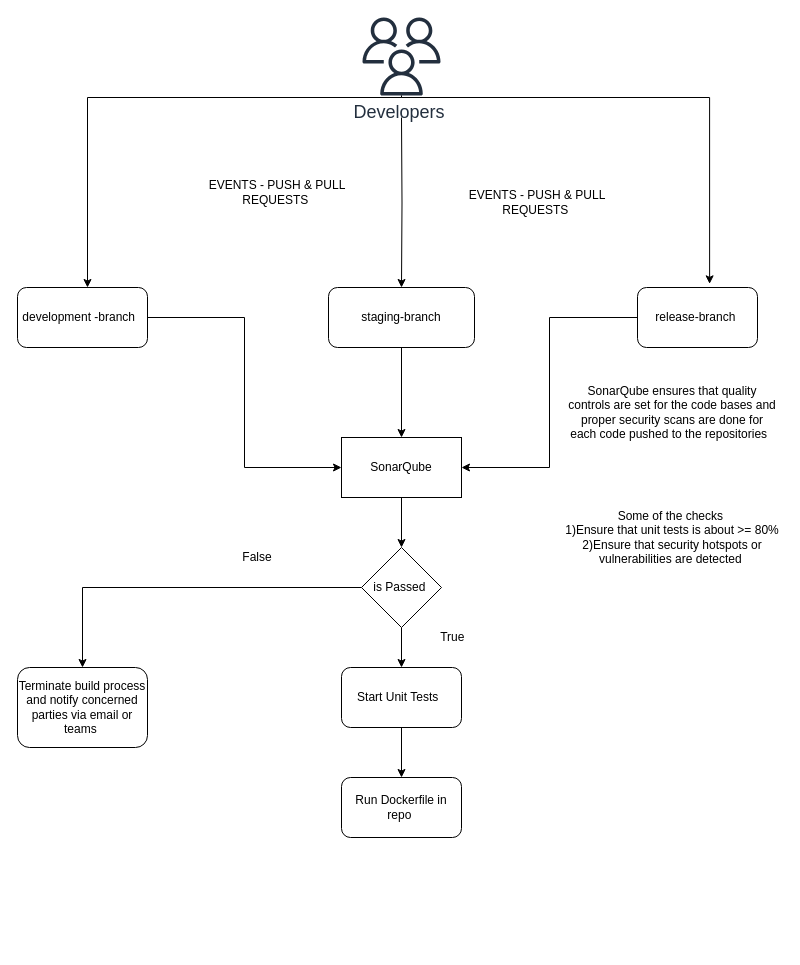
tyger-rareatom/consulting-architectures keeps this draw.io diagram as icurity.drawio. Above is the earlier version. Source tidied: cells renumbered, new cells numbered last; positions are measured from the earlier drawing's top-left corner, leaving out a move shared by most shapes. Both pictures are drawn from the tidied source at 100%, with x=0, y=0 at pixel (17, 17).
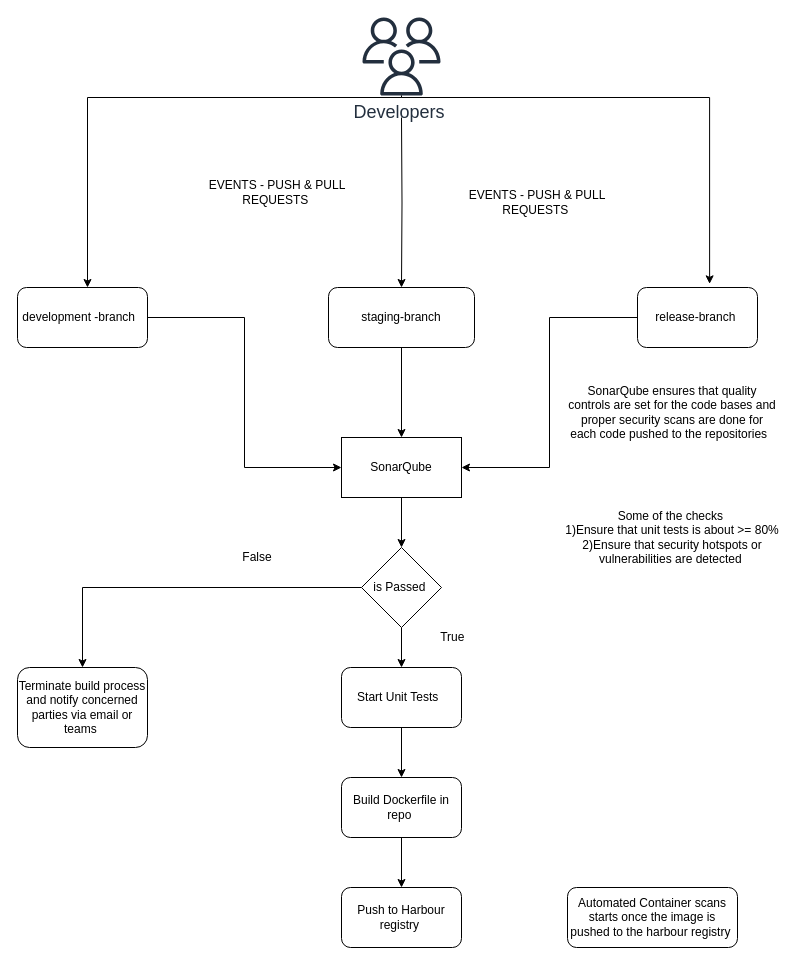
After the change.

Commit message:
Harbour enhancements

Change to the diagram source:
```diff
@@
+    <mxCell id="27" style="edgeStyle=orthogonalEdgeStyle;rounded=0;jettySize=auto;html=1;" parent="1" edge="1" source="26" target="28">
+      <mxGeometry relative="1" as="geometry" />
+    </mxCell>
-    <mxCell id="26" value="Run Dockerfile in repo&amp;nbsp;" style="rounded=1;whiteSpace=wrap;html=1;" parent="1" vertex="1">
+    <mxCell id="26" value="Build Dockerfile in repo&amp;nbsp;" style="rounded=1;whiteSpace=wrap;html=1;" parent="1" vertex="1">
       <mxGeometry x="324" y="760" width="120" height="60" as="geometry" />
     </mxCell>
+    <mxCell id="28" value="Push to Harbour registry&amp;nbsp;" style="rounded=1;whiteSpace=wrap;html=1;" parent="1" vertex="1">
+      <mxGeometry x="324" y="870" width="120" height="60" as="geometry" />
+    </mxCell>
+    <mxCell id="29" value="Automated Container scans starts once the image is pushed to the harbour registry&amp;nbsp;" style="rounded=1;whiteSpace=wrap;html=1;" parent="1" vertex="1">
+      <mxGeometry x="550" y="870" width="170" height="60" as="geometry" />
+    </mxCell>
```
